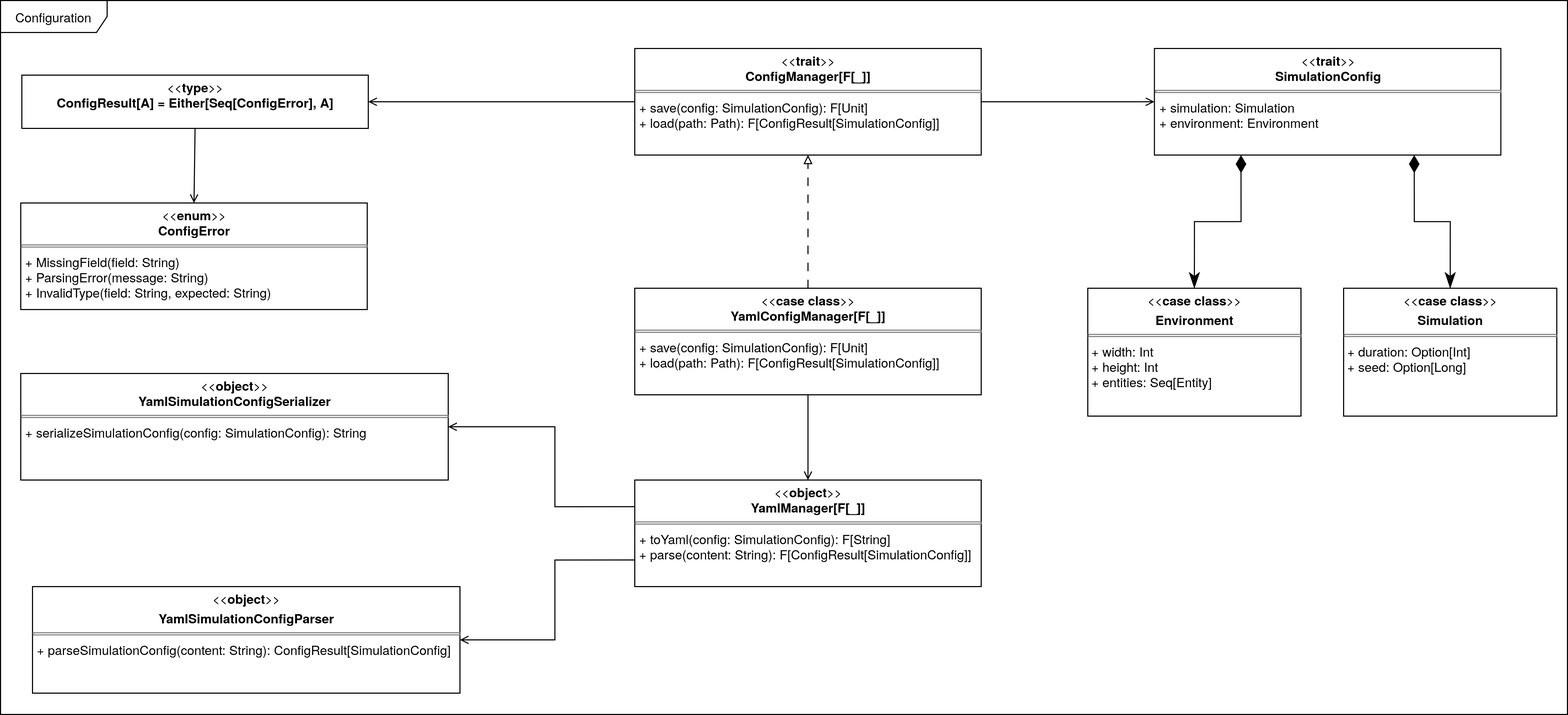
This is docs/static/img/04-detailed-design/configuration.png from Scala-Robotics-Simulator/PPS-22-srs, a draw.io export, as it was before one commit. Source tidied: cells renumbered, new cells last; positions are measured from the earlier drawing's top-left corner, leaving out a move shared by most shapes.
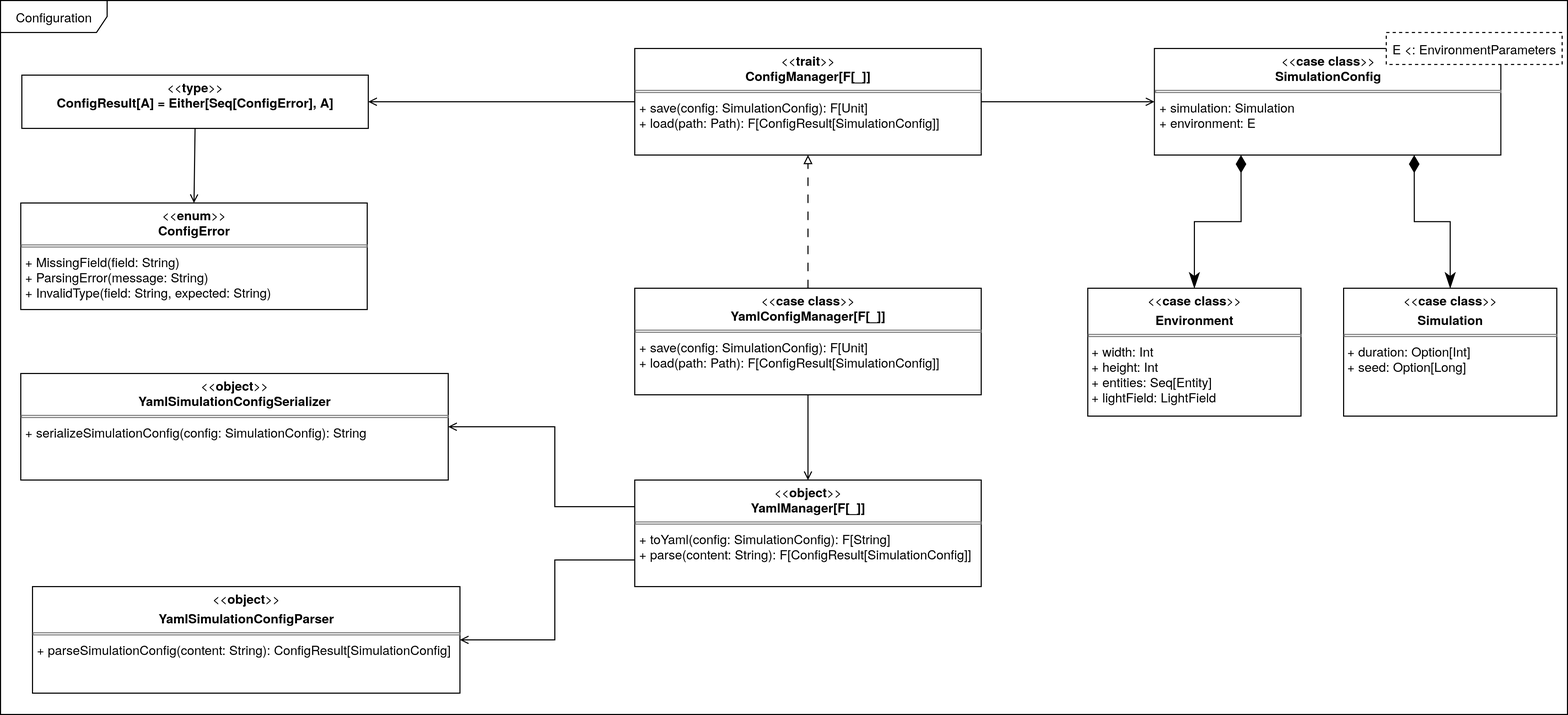
After the change.

The edit, as a diff of the source:
```diff
@@ -57,10 +57,10 @@
         </Array>
       </mxGeometry>
     </mxCell>
-    <mxCell id="17" value="&lt;p style=&quot;margin:0px;margin-top:4px;text-align:center;&quot;&gt;&lt;i&gt;&amp;lt;&amp;lt;&lt;/i&gt;&lt;span style=&quot;font-weight: 700;&quot;&gt;trait&lt;/span&gt;&lt;i&gt;&amp;gt;&amp;gt;&lt;/i&gt;&lt;br&gt;&lt;b&gt;SimulationConfig&lt;/b&gt;&lt;/p&gt;&lt;hr size=&quot;1&quot; style=&quot;border-style:solid;&quot;&gt;&lt;p style=&quot;margin:0px;margin-left:4px;&quot;&gt;+ simulation: Simulation&lt;/p&gt;&lt;p style=&quot;margin:0px;margin-left:4px;&quot;&gt;+ environment: Environment&lt;/p&gt;" style="verticalAlign=top;align=left;overflow=fill;html=1;whiteSpace=wrap;" parent="1" vertex="1">
+    <mxCell id="17" value="&lt;p style=&quot;margin:0px;margin-top:4px;text-align:center;&quot;&gt;&lt;i&gt;&amp;lt;&amp;lt;&lt;/i&gt;&lt;b&gt;case class&lt;/b&gt;&lt;i&gt;&amp;gt;&amp;gt;&lt;/i&gt;&lt;br&gt;&lt;b&gt;SimulationConfig&lt;/b&gt;&lt;/p&gt;&lt;hr size=&quot;1&quot; style=&quot;border-style:solid;&quot;&gt;&lt;p style=&quot;margin:0px;margin-left:4px;&quot;&gt;+ simulation: Simulation&lt;/p&gt;&lt;p style=&quot;margin:0px;margin-left:4px;&quot;&gt;+ environment: E&lt;/p&gt;" style="verticalAlign=top;align=left;overflow=fill;html=1;whiteSpace=wrap;" parent="1" vertex="1">
       <mxGeometry x="1082.5" y="45" width="325" height="100" as="geometry" />
     </mxCell>
-    <mxCell id="18" value="&lt;p style=&quot;margin:0px;margin-top:4px;text-align:center;&quot;&gt;&lt;i&gt;&amp;lt;&amp;lt;&lt;/i&gt;&lt;b&gt;case class&lt;/b&gt;&lt;i&gt;&amp;gt;&amp;gt;&lt;/i&gt;&lt;/p&gt;&lt;p style=&quot;margin:0px;margin-top:4px;text-align:center;&quot;&gt;&lt;b&gt;Environment&lt;/b&gt;&lt;/p&gt;&lt;hr size=&quot;1&quot; style=&quot;border-style:solid;&quot;&gt;&lt;div&gt;&amp;nbsp;+ width: Int&lt;/div&gt;&lt;div&gt;&amp;nbsp;+ height: Int&lt;/div&gt;&lt;div&gt;&amp;nbsp;+ entities: Seq[Entity]&lt;/div&gt;&lt;div&gt;&lt;br&gt;&lt;/div&gt;" style="verticalAlign=top;align=left;overflow=fill;html=1;whiteSpace=wrap;" parent="1" vertex="1">
+    <mxCell id="18" value="&lt;p style=&quot;margin:0px;margin-top:4px;text-align:center;&quot;&gt;&lt;i&gt;&amp;lt;&amp;lt;&lt;/i&gt;&lt;b&gt;case class&lt;/b&gt;&lt;i&gt;&amp;gt;&amp;gt;&lt;/i&gt;&lt;/p&gt;&lt;p style=&quot;margin:0px;margin-top:4px;text-align:center;&quot;&gt;&lt;b&gt;Environment&lt;/b&gt;&lt;/p&gt;&lt;hr size=&quot;1&quot; style=&quot;border-style:solid;&quot;&gt;&lt;div&gt;&amp;nbsp;+ width: Int&lt;/div&gt;&lt;div&gt;&amp;nbsp;+ height: Int&lt;/div&gt;&lt;div&gt;&amp;nbsp;+ entities: Seq[Entity]&lt;/div&gt;&lt;div&gt;&amp;nbsp;+ lightField: LightField&lt;/div&gt;&lt;div&gt;&lt;br&gt;&lt;/div&gt;" style="verticalAlign=top;align=left;overflow=fill;html=1;whiteSpace=wrap;" parent="1" vertex="1">
       <mxGeometry x="1020" y="270" width="200" height="120" as="geometry" />
     </mxCell>
     <mxCell id="19" value="&lt;p style=&quot;margin:0px;margin-top:4px;text-align:center;&quot;&gt;&lt;i&gt;&amp;lt;&amp;lt;&lt;/i&gt;&lt;b&gt;case class&lt;/b&gt;&lt;i&gt;&amp;gt;&amp;gt;&lt;/i&gt;&lt;/p&gt;&lt;p style=&quot;margin:0px;margin-top:4px;text-align:center;&quot;&gt;&lt;b&gt;Simulation&lt;/b&gt;&lt;/p&gt;&lt;hr size=&quot;1&quot; style=&quot;border-style:solid;&quot;&gt;&lt;div&gt;&amp;nbsp;+ duration: Option[Int]&lt;/div&gt;&lt;div&gt;&amp;nbsp;+ seed: Option[Long]&lt;/div&gt;&lt;div&gt;&lt;br&gt;&lt;/div&gt;" style="verticalAlign=top;align=left;overflow=fill;html=1;whiteSpace=wrap;" parent="1" vertex="1">
@@ -72,5 +72,8 @@
     <mxCell id="21" style="endArrow=classicThin;html=1;endSize=12;startArrow=diamondThin;startSize=14;startFill=1;edgeStyle=orthogonalEdgeStyle;align=left;verticalAlign=bottom;rounded=0;exitX=0.25;exitY=1;exitDx=0;exitDy=0;endFill=1;entryX=0.5;entryY=0;entryDx=0;entryDy=0;" parent="1" edge="1" source="17" target="18">
       <mxGeometry x="-1" y="3" relative="1" as="geometry" />
     </mxCell>
+    <mxCell id="22" value="&lt;div&gt;E &amp;lt;: EnvironmentParameters&lt;/div&gt;" style="rounded=0;whiteSpace=wrap;html=1;dashed=1;" parent="1" vertex="1">
+      <mxGeometry x="1300" y="30" width="165" height="30" as="geometry" />
+    </mxCell>
   </root>
 </mxGraphModel>
```
